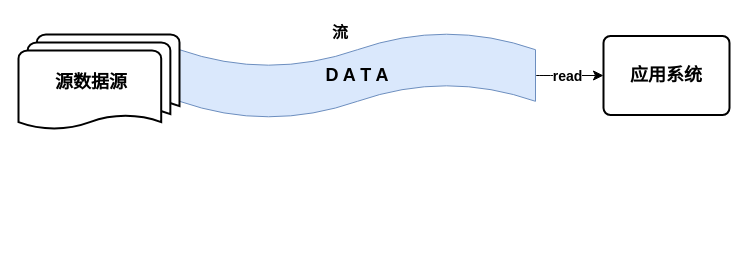
Earlier version of the draw.io diagram I/O.drawio (lttUSTC/draw). Source tidied: cells renumbered, new cells numbered last; positions are measured from the earlier drawing's top-left corner, leaving out a move shared by most shapes. Both pictures are drawn from the tidied source at 100%, with x=0, y=0 at pixel (18, 17).
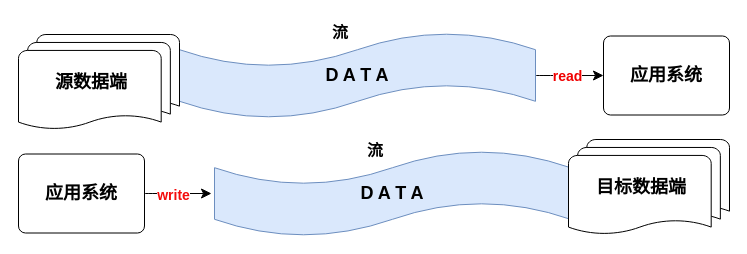
Above is the later version.

What changed in the source:
```diff
@@
 <mxGraphModel>
   <root>
     <mxCell id="0" />
     <mxCell id="1" parent="0" />
     <mxCell id="2" style="edgeStyle=none;curved=1;rounded=0;jettySize=auto;html=1;exitX=1;exitY=0.5;exitDx=0;exitDy=0;exitPerimeter=0;entryX=0;entryY=0.5;entryDx=0;entryDy=0;fontSize=12;startSize=8;endSize=8;" parent="1" edge="1" source="4" target="6">
       <mxGeometry relative="1" as="geometry" />
     </mxCell>
-    <mxCell id="3" value="&lt;b&gt;&lt;font style=&quot;font-size: 14px;&quot;&gt;read&lt;/font&gt;&lt;/b&gt;" style="edgeLabel;html=1;align=center;verticalAlign=middle;fontSize=12;" parent="2" vertex="1">
+    <mxCell id="3" value="&lt;b&gt;&lt;font style=&quot;font-size: 14px;&quot;&gt;read&lt;/font&gt;&lt;/b&gt;" style="edgeLabel;html=1;align=center;verticalAlign=middle;fontSize=12;fontColor=#f00000;" parent="2" vertex="1">
       <mxGeometry x="-0.09" relative="1" as="geometry" />
     </mxCell>
     <mxCell id="4" value="&lt;h3&gt;&lt;font style=&quot;font-size: 18px;&quot;&gt;D A T A&lt;/font&gt;&lt;/h3&gt;" style="shape=tape;whiteSpace=wrap;html=1;fillColor=#dae8fc;strokeColor=#6c8ebf;" parent="1" vertex="1">
       <mxGeometry x="161" y="15" width="356" height="86" as="geometry" />
     </mxCell>
-    <mxCell id="5" value="&lt;font style=&quot;font-size: 18px;&quot;&gt;&lt;b&gt;源数据源&amp;nbsp; &amp;nbsp;&lt;/b&gt;&lt;/font&gt;" style="strokeWidth=2;html=1;shape=mxgraph.flowchart.multi-document;whiteSpace=wrap;align=center;" parent="1" vertex="1">
+    <mxCell id="5" value="&lt;font style=&quot;font-size: 18px;&quot;&gt;&lt;b&gt;源数据端&amp;nbsp; &amp;nbsp;&lt;/b&gt;&lt;/font&gt;" style="strokeWidth=1;html=1;shape=mxgraph.flowchart.multi-document;whiteSpace=wrap;align=center;" parent="1" vertex="1">
       <mxGeometry y="17" width="161" height="96" as="geometry" />
     </mxCell>
-    <mxCell id="6" value="&lt;font style=&quot;font-size: 18px;&quot;&gt;&lt;b&gt;应用系统&lt;/b&gt;&lt;/font&gt;" style="rounded=1;whiteSpace=wrap;html=1;absoluteArcSize=1;arcSize=14;strokeWidth=2;" parent="1" vertex="1">
+    <mxCell id="6" value="&lt;font style=&quot;font-size: 18px;&quot;&gt;&lt;b&gt;应用系统&lt;/b&gt;&lt;/font&gt;" style="rounded=1;whiteSpace=wrap;html=1;absoluteArcSize=1;arcSize=14;strokeWidth=1;" parent="1" vertex="1">
       <mxGeometry x="585" y="18.5" width="126" height="79" as="geometry" />
     </mxCell>
     <mxCell id="7" value="&lt;b&gt;流&lt;/b&gt;" style="text;strokeColor=none;fillColor=none;html=1;align=center;verticalAlign=middle;whiteSpace=wrap;rounded=0;fontSize=16;" parent="1" vertex="1">
       <mxGeometry x="292" width="60" height="30" as="geometry" />
     </mxCell>
+    <mxCell id="8" style="edgeStyle=none;curved=1;rounded=0;jettySize=auto;html=1;exitX=1;exitY=0.5;exitDx=0;exitDy=0;fontSize=12;startSize=8;endSize=8;" parent="1" edge="1" source="10">
+      <mxGeometry relative="1" as="geometry">
+        <mxPoint x="193" y="176" as="targetPoint" />
+      </mxGeometry>
+    </mxCell>
+    <mxCell id="9" value="&lt;b&gt;&lt;font style=&quot;font-size: 14px;&quot;&gt;write&lt;/font&gt;&lt;/b&gt;" style="edgeLabel;html=1;align=center;verticalAlign=middle;fontSize=12;fontColor=#f40b0b;" parent="8" vertex="1">
+      <mxGeometry x="-0.16" y="-1" relative="1" as="geometry" />
+    </mxCell>
+    <mxCell id="10" value="&lt;font style=&quot;font-size: 18px;&quot;&gt;&lt;b&gt;应用系统&lt;/b&gt;&lt;/font&gt;" style="rounded=1;whiteSpace=wrap;html=1;absoluteArcSize=1;arcSize=14;strokeWidth=1;" parent="1" vertex="1">
+      <mxGeometry y="136.5" width="126" height="79" as="geometry" />
+    </mxCell>
+    <mxCell id="11" value="&lt;h3&gt;&lt;font style=&quot;font-size: 18px;&quot;&gt;D A T A&lt;/font&gt;&lt;/h3&gt;" style="shape=tape;whiteSpace=wrap;html=1;fillColor=#dae8fc;strokeColor=#6c8ebf;" parent="1" vertex="1">
+      <mxGeometry x="196" y="133" width="356" height="86" as="geometry" />
+    </mxCell>
+    <mxCell id="12" value="&lt;b&gt;流&lt;/b&gt;" style="text;strokeColor=none;fillColor=none;html=1;align=center;verticalAlign=middle;whiteSpace=wrap;rounded=0;fontSize=16;" parent="1" vertex="1">
+      <mxGeometry x="327" y="118" width="60" height="30" as="geometry" />
+    </mxCell>
+    <mxCell id="13" value="&lt;font style=&quot;font-size: 18px;&quot;&gt;&lt;b&gt;目标数据端&amp;nbsp; &amp;nbsp;&lt;/b&gt;&lt;/font&gt;" style="strokeWidth=1;html=1;shape=mxgraph.flowchart.multi-document;whiteSpace=wrap;align=center;" parent="1" vertex="1">
+      <mxGeometry x="550" y="122" width="161" height="96" as="geometry" />
+    </mxCell>
   </root>
 </mxGraphModel>
```
